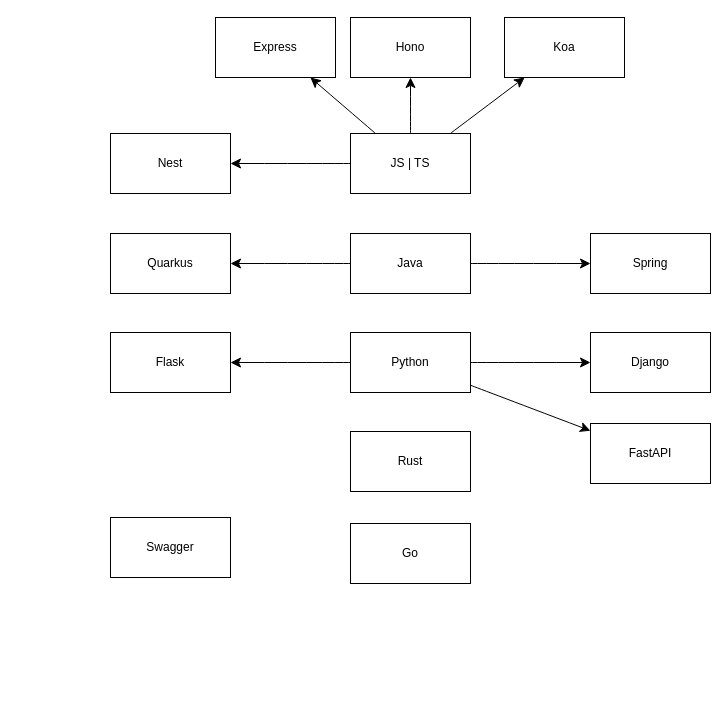
Before: page "Backend" (2 of 4) of Technologies.drawio in sunflynf/diagram-only, a draw.io diagram. Source tidied: cells renumbered, new cells numbered last; positions are measured from the earlier drawing's top-left corner, leaving out a move shared by most shapes. Both pictures are drawn from the tidied source at 100%, with x=0, y=0 at pixel (110, 17).
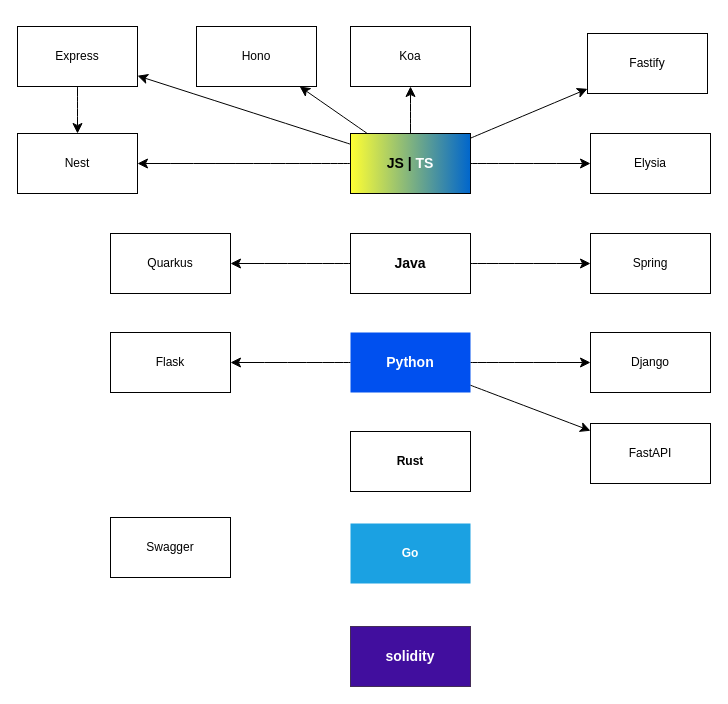
The same page after the edit.

The edit, as a diff of the source:
```diff
@@
-    <mxCell id="4" value="Java" style="whiteSpace=wrap;html=1;" parent="1" vertex="1">
+    <mxCell id="4" value="Java" style="whiteSpace=wrap;html=1;fontStyle=1;fontSize=14;" parent="1" vertex="1">
       <mxGeometry x="240" y="216" width="120" height="60" as="geometry" />
     </mxCell>
@@
-    <mxCell id="7" value="&lt;div&gt;Python&lt;/div&gt;" style="whiteSpace=wrap;html=1;" parent="1" vertex="1">
+    <mxCell id="7" value="&lt;div style=&quot;font-size: 14px;&quot;&gt;Python&lt;/div&gt;" style="whiteSpace=wrap;html=1;fillColor=#0050ef;fontColor=#ffffff;strokeColor=none;fontStyle=1;fontSize=14;" parent="1" vertex="1">
       <mxGeometry x="240" y="315" width="120" height="60" as="geometry" />
     </mxCell>
@@
+    <mxCell id="26" style="edgeStyle=none;curved=1;rounded=0;jettySize=auto;html=1;fontSize=12;startSize=8;endSize=8;" parent="1" edge="1" source="13" target="29">
+      <mxGeometry relative="1" as="geometry" />
+    </mxCell>
+    <mxCell id="27" style="edgeStyle=none;curved=1;rounded=0;jettySize=auto;html=1;fontSize=12;startSize=8;endSize=8;" parent="1" edge="1" source="13" target="30">
+      <mxGeometry relative="1" as="geometry" />
+    </mxCell>
-    <mxCell id="13" value="JS | TS" style="whiteSpace=wrap;html=1;" parent="1" vertex="1">
+    <mxCell id="13" value="JS | &lt;font color=&quot;#ffffff&quot;&gt;TS&lt;/font&gt;" style="whiteSpace=wrap;html=1;gradientColor=#0066CC;fillColor=#FFFF33;gradientDirection=east;fontStyle=1;fontSize=14;strokeColor=default;" parent="1" vertex="1">
       <mxGeometry x="240" y="116" width="120" height="60" as="geometry" />
     </mxCell>
-    <mxCell id="14" value="Rust" style="whiteSpace=wrap;html=1;" parent="1" vertex="1">
+    <mxCell id="14" value="Rust" style="whiteSpace=wrap;html=1;fontStyle=1;" parent="1" vertex="1">
       <mxGeometry x="240" y="414" width="120" height="60" as="geometry" />
     </mxCell>
@@
+    <mxCell id="28" style="edgeStyle=none;curved=1;rounded=0;jettySize=auto;html=1;fontSize=12;startSize=8;endSize=8;" parent="1" edge="1" source="17" target="24">
+      <mxGeometry relative="1" as="geometry" />
+    </mxCell>
     <mxCell id="17" value="Express" style="whiteSpace=wrap;html=1;" parent="1" vertex="1">
-      <mxGeometry x="105" width="120" height="60" as="geometry" />
+      <mxGeometry x="-93" y="9" width="120" height="60" as="geometry" />
     </mxCell>
     <mxCell id="18" value="Hono" style="whiteSpace=wrap;html=1;" parent="1" vertex="1">
-      <mxGeometry x="240" width="120" height="60" as="geometry" />
+      <mxGeometry x="86" y="9" width="120" height="60" as="geometry" />
     </mxCell>
     <mxCell id="19" value="Koa" style="whiteSpace=wrap;html=1;" parent="1" vertex="1">
-      <mxGeometry x="394" width="120" height="60" as="geometry" />
+      <mxGeometry x="240" y="9" width="120" height="60" as="geometry" />
     </mxCell>
@@
-    <mxCell id="23" value="Go" style="whiteSpace=wrap;html=1;" parent="1" vertex="1">
+    <mxCell id="23" value="Go" style="whiteSpace=wrap;html=1;fontStyle=1;fillColor=#1ba1e2;fontColor=#ffffff;strokeColor=none;" parent="1" vertex="1">
       <mxGeometry x="240" y="506" width="120" height="60" as="geometry" />
     </mxCell>
     <mxCell id="24" value="Nest" style="whiteSpace=wrap;html=1;" parent="1" vertex="1">
-      <mxGeometry y="116" width="120" height="60" as="geometry" />
+      <mxGeometry x="-93" y="116" width="120" height="60" as="geometry" />
     </mxCell>
@@
+    <mxCell id="29" value="Elysia" style="whiteSpace=wrap;html=1;" parent="1" vertex="1">
+      <mxGeometry x="480" y="116" width="120" height="60" as="geometry" />
+    </mxCell>
+    <mxCell id="30" value="Fastify" style="whiteSpace=wrap;html=1;" parent="1" vertex="1">
+      <mxGeometry x="477" y="16" width="120" height="60" as="geometry" />
+    </mxCell>
+    <mxCell id="31" value="solidity" style="whiteSpace=wrap;html=1;fontStyle=1;fillColor=#410E9E;fontColor=#ffffff;strokeColor=#432D57;fontSize=14;" parent="1" vertex="1">
+      <mxGeometry x="240" y="609" width="120" height="60" as="geometry" />
+    </mxCell>
```
